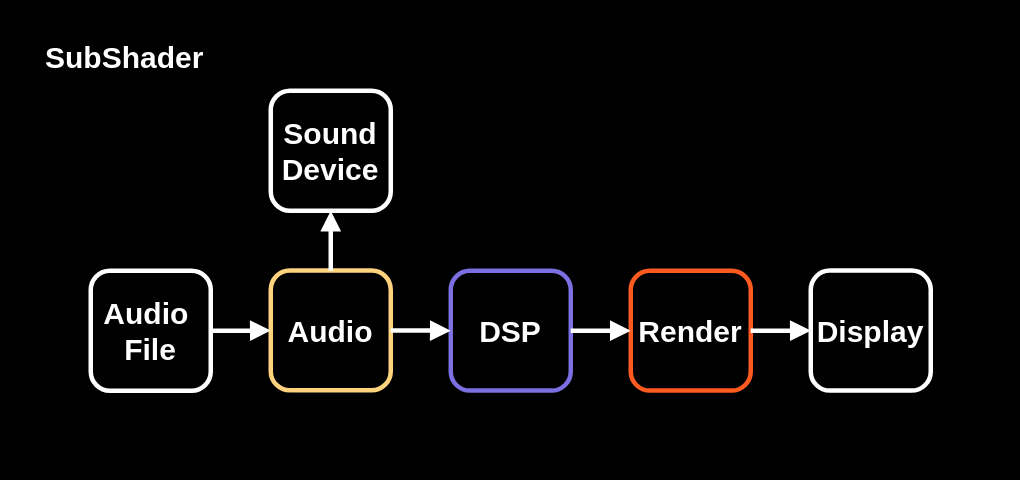
eddie-water/sub-shader keeps this draw.io diagram as assets/timing/subshader_modules.drawio. Above is the earlier version. Source tidied: cells renumbered, new cells numbered last; positions are measured from the earlier drawing's top-left corner, leaving out a move shared by most shapes. Both pictures are drawn from the tidied source at 150%, with x=0, y=0 at pixel (30, 30).
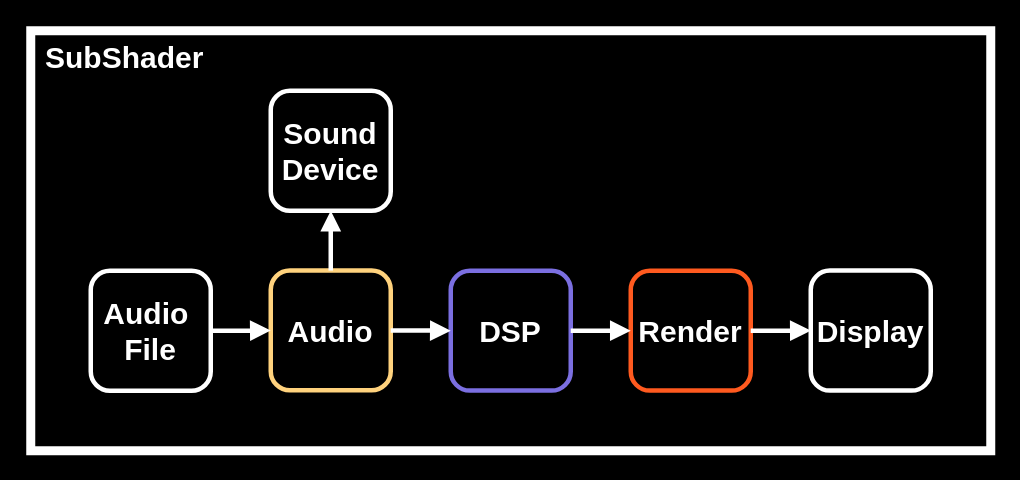
Above is the later version.

Commit message (it also covers changes not shown here):
README: frame the modules flowchart (heavy border, same weight as the swimlane frames)

Claude-Session: https://claude.ai/code/session_01Uhu4GDuEjg1FMPKFkVnBx6

Diff of the diagram source:
```diff
@@
 <mxGraphModel background="light-dark(#000000,#000000)">
   <root>
     <mxCell id="0" />
     <mxCell id="1" parent="0" />
-    <mxCell id="2" value="SubShader" style="rounded=0;whiteSpace=wrap;html=1;fillColor=none;fontStyle=1;fontSize=20;strokeWidth=3;arcSize=28;labelBackgroundColor=none;strokeColor=none;verticalAlign=top;align=left;labelBorderColor=none;convertToSvg=1;spacingLeft=10;spacing=0;spacingTop=1;fontColor=#FFFFFF;fontFamily=Arial;" parent="1" vertex="1">
+    <mxCell id="2" value="SubShader" style="rounded=0;whiteSpace=wrap;html=1;fillColor=none;fontStyle=1;fontSize=20;strokeWidth=6;arcSize=28;labelBackgroundColor=none;strokeColor=#FFFFFF;verticalAlign=top;align=left;labelBorderColor=none;convertToSvg=1;spacingLeft=10;spacing=0;spacingTop=1;fontColor=#FFFFFF;fontFamily=Arial;" parent="1" vertex="1">
       <mxGeometry width="640" height="280" as="geometry" />
     </mxCell>
     <mxCell id="3" style="rounded=0;whiteSpace=wrap;html=1;fillColor=none;strokeColor=none;fontColor=#FFFFFF;fontSize=20;fontStyle=1;align=center;verticalAlign=middle;arcSize=16;strokeWidth=3;labelBackgroundColor=none;" parent="1" vertex="1">
       <mxGeometry x="10" width="630" height="280" as="geometry" />
     </mxCell>
     <mxCell id="4" value="&lt;font&gt;Audio&lt;/font&gt;" style="rounded=1;whiteSpace=wrap;html=1;fillColor=none;strokeColor=light-dark(#FFD27D,#FFD27D);fontColor=#FFFFFF;fontFamily=Arial;fontSize=20;fontStyle=1;align=center;verticalAlign=middle;arcSize=16;strokeWidth=3;labelBackgroundColor=none;" parent="1" vertex="1">
       <mxGeometry x="160" y="159.9" width="80" height="79.8" as="geometry" />
     </mxCell>
     <mxCell id="5" value="DSP" style="rounded=1;whiteSpace=wrap;html=1;fillColor=none;strokeColor=light-dark(#7B6FE1,#7B6FE1);fontColor=#FFFFFF;fontFamily=Arial;fontSize=20;fontStyle=1;align=center;verticalAlign=middle;arcSize=16;strokeWidth=3;labelBackgroundColor=none;" parent="1" vertex="1">
       <mxGeometry x="280" y="160" width="80" height="79.9" as="geometry" />
     </mxCell>
     <mxCell id="6" value="Render" style="rounded=1;whiteSpace=wrap;html=1;fillColor=none;strokeColor=light-dark(#FF5A1F,#FF5A1F);fontColor=#FFFFFF;fontFamily=Arial;fontSize=20;fontStyle=1;align=center;verticalAlign=middle;arcSize=16;strokeWidth=3;labelBackgroundColor=none;" parent="1" vertex="1">
       <mxGeometry x="400" y="160" width="80" height="79.9" as="geometry" />
     </mxCell>
     <mxCell id="7" value="Display" style="rounded=1;whiteSpace=wrap;html=1;fillColor=none;strokeColor=light-dark(#FFFFFF,#FFFFFF);fontColor=#FFFFFF;fontFamily=Arial;fontSize=20;fontStyle=1;align=center;verticalAlign=middle;arcSize=16;strokeWidth=3;labelBackgroundColor=none;" parent="1" vertex="1">
       <mxGeometry x="520" y="159.9" width="80" height="80" as="geometry" />
     </mxCell>
     <mxCell id="8" value="Audio&amp;nbsp;&lt;div&gt;File&lt;/div&gt;" style="rounded=1;whiteSpace=wrap;html=1;fillColor=none;strokeColor=light-dark(#FFFFFF,#FFFFFF);fontColor=#FFFFFF;fontFamily=Arial;fontSize=20;fontStyle=1;align=center;verticalAlign=middle;arcSize=16;strokeWidth=3;labelBackgroundColor=none;" parent="1" vertex="1">
       <mxGeometry x="40" y="160" width="80" height="80" as="geometry" />
     </mxCell>
     <mxCell id="9" style="edgeStyle=orthogonalEdgeStyle;rounded=1;html=1;strokeColor=#FFFFFF;strokeWidth=3;endArrow=block;endFill=1;fontColor=#8c8c8c;fontSize=20;dashed=0;labelBackgroundColor=none;curved=0;endSize=6;fontStyle=1;exitX=1;exitY=0.5;exitDx=0;exitDy=0;entryX=0;entryY=0.5;entryDx=0;entryDy=0;" parent="1" edge="1" source="8" target="4">
       <mxGeometry relative="1" as="geometry" />
     </mxCell>
     <mxCell id="10" style="edgeStyle=orthogonalEdgeStyle;rounded=1;html=1;strokeColor=#FFFFFF;strokeWidth=3;endArrow=block;endFill=1;fontColor=#8c8c8c;fontSize=20;dashed=0;labelBackgroundColor=none;curved=0;endSize=6;fontStyle=1;exitX=1;exitY=0.5;exitDx=0;exitDy=0;entryX=0;entryY=0.5;entryDx=0;entryDy=0;" parent="1" edge="1" source="4" target="5">
       <mxGeometry relative="1" as="geometry" />
     </mxCell>
     <mxCell id="11" style="edgeStyle=orthogonalEdgeStyle;rounded=1;html=1;strokeColor=#FFFFFF;strokeWidth=3;endArrow=block;endFill=1;fontColor=#8c8c8c;fontSize=20;dashed=0;labelBackgroundColor=none;curved=0;endSize=6;fontStyle=1;exitX=1;exitY=0.5;exitDx=0;exitDy=0;entryX=0;entryY=0.5;entryDx=0;entryDy=0;" parent="1" edge="1" source="5" target="6">
       <mxGeometry relative="1" as="geometry" />
     </mxCell>
     <mxCell id="12" style="edgeStyle=orthogonalEdgeStyle;rounded=1;html=1;strokeColor=#FFFFFF;strokeWidth=3;endArrow=block;endFill=1;fontColor=#8c8c8c;fontSize=20;dashed=0;labelBackgroundColor=none;curved=0;endSize=6;fontStyle=1;entryX=0;entryY=0.5;entryDx=0;entryDy=0;exitX=1;exitY=0.5;exitDx=0;exitDy=0;" parent="1" edge="1" source="6" target="7">
       <mxGeometry relative="1" as="geometry" />
     </mxCell>
     <mxCell id="13" value="Sound&lt;div&gt;Device&lt;/div&gt;" style="rounded=1;whiteSpace=wrap;html=1;fillColor=none;strokeColor=light-dark(#FFFFFF,#FFFFFF);fontColor=#FFFFFF;fontFamily=Arial;fontSize=20;fontStyle=1;align=center;verticalAlign=middle;arcSize=16;strokeWidth=3;labelBackgroundColor=none;" parent="1" vertex="1">
       <mxGeometry x="160" y="40" width="80" height="80" as="geometry" />
     </mxCell>
     <mxCell id="14" style="edgeStyle=orthogonalEdgeStyle;rounded=1;html=1;strokeColor=#FFFFFF;strokeWidth=3;endArrow=block;endFill=1;fontColor=#8c8c8c;fontSize=20;dashed=0;labelBackgroundColor=none;curved=0;endSize=6;fontStyle=1;exitX=0.5;exitY=0;exitDx=0;exitDy=0;entryX=0.5;entryY=1;entryDx=0;entryDy=0;" parent="1" edge="1" source="4" target="13">
       <mxGeometry relative="1" as="geometry" />
     </mxCell>
   </root>
 </mxGraphModel>
```
